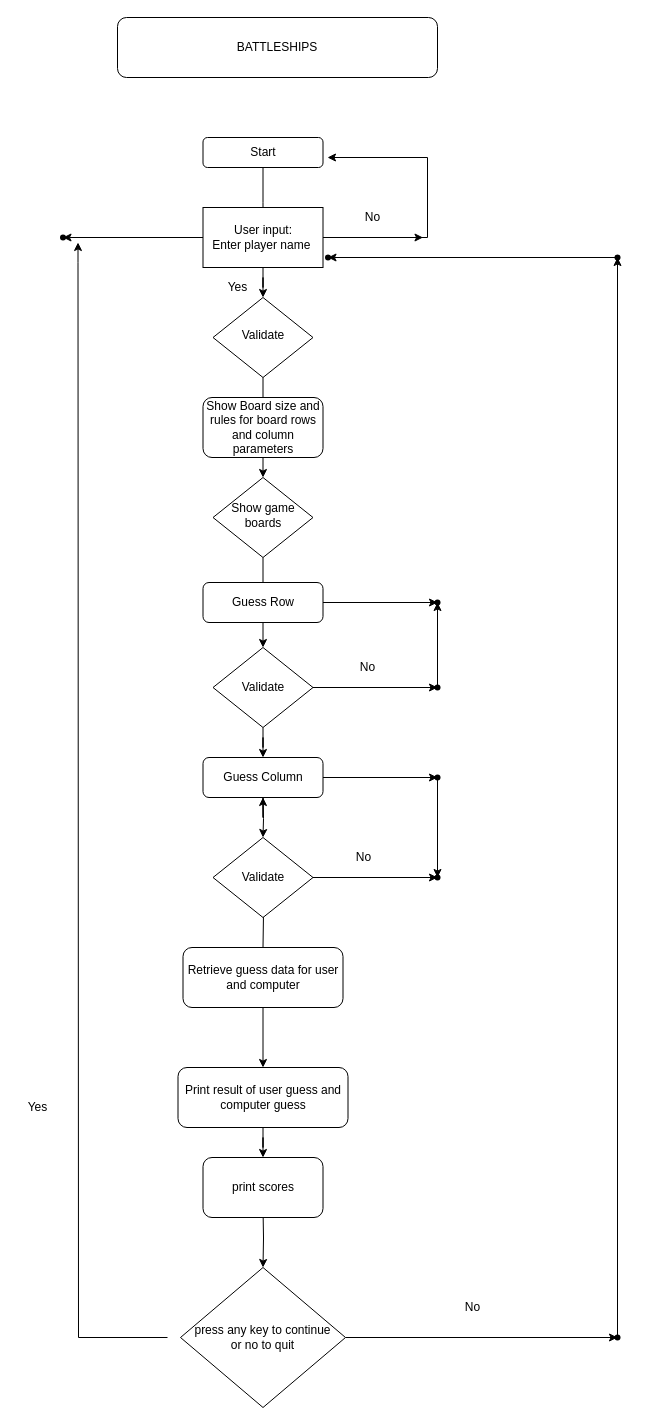
The draw.io diagram Untitled Diagram.drawio in EoinC97/python-project-3, before the edit. Source tidied: cells renumbered, new cells numbered last; positions are measured from the earlier drawing's top-left corner, leaving out a move shared by most shapes. Both pictures are drawn from the tidied source at 100%, with x=0, y=0 at pixel (17, 17).
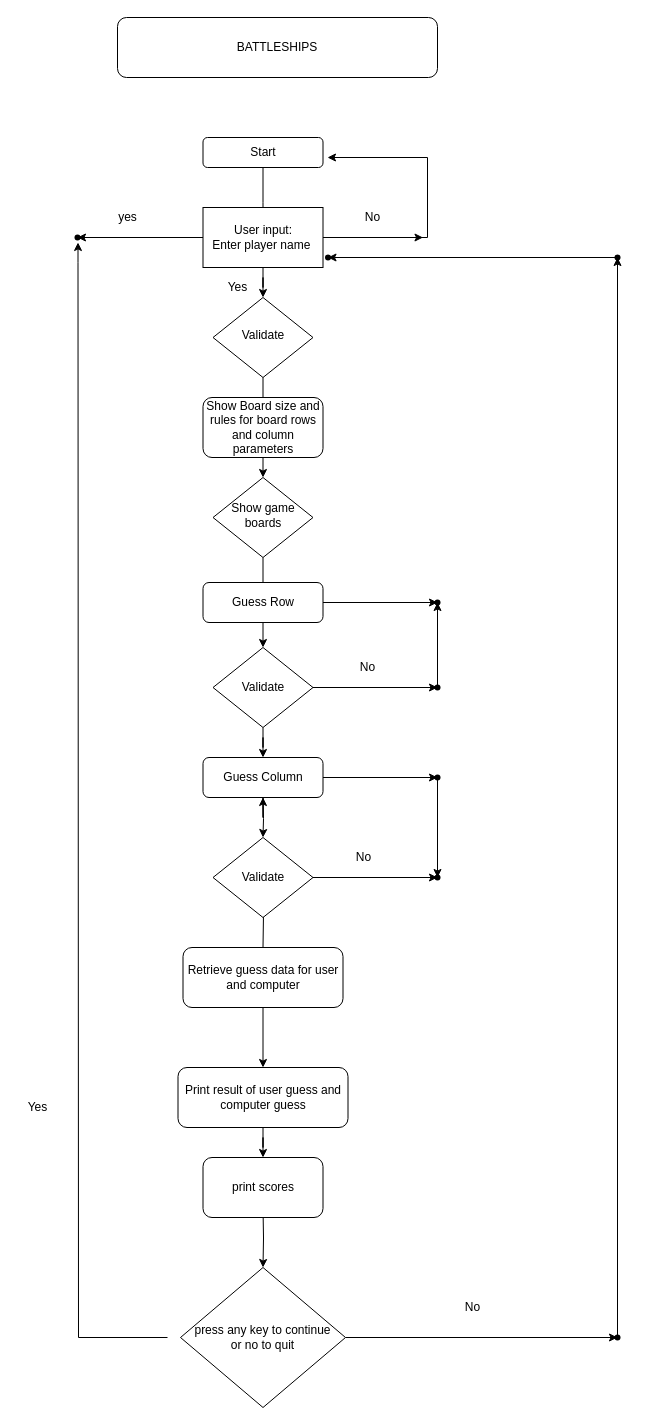
The same page after the edit.

Change to the diagram source:
```diff
@@
     <mxCell id="40" style="shape=waypoint;size=6;points=[];fillColor=rgba(255, 255, 255, 1);perimeter=centerPerimeter;snapToPoint=1;rounded=0;" parent="1" vertex="1">
-      <mxGeometry x="25.5" y="200" width="40" height="40" as="geometry" />
+      <mxGeometry x="40" y="200" width="40" height="40" as="geometry" />
     </mxCell>
@@
+    <mxCell id="56" value="yes" style="text;html=1;align=center;verticalAlign=middle;strokeColor=none;fillColor=none;" parent="1" vertex="1">
+      <mxGeometry x="95" y="190" width="30" height="20" as="geometry" />
+    </mxCell>
```
